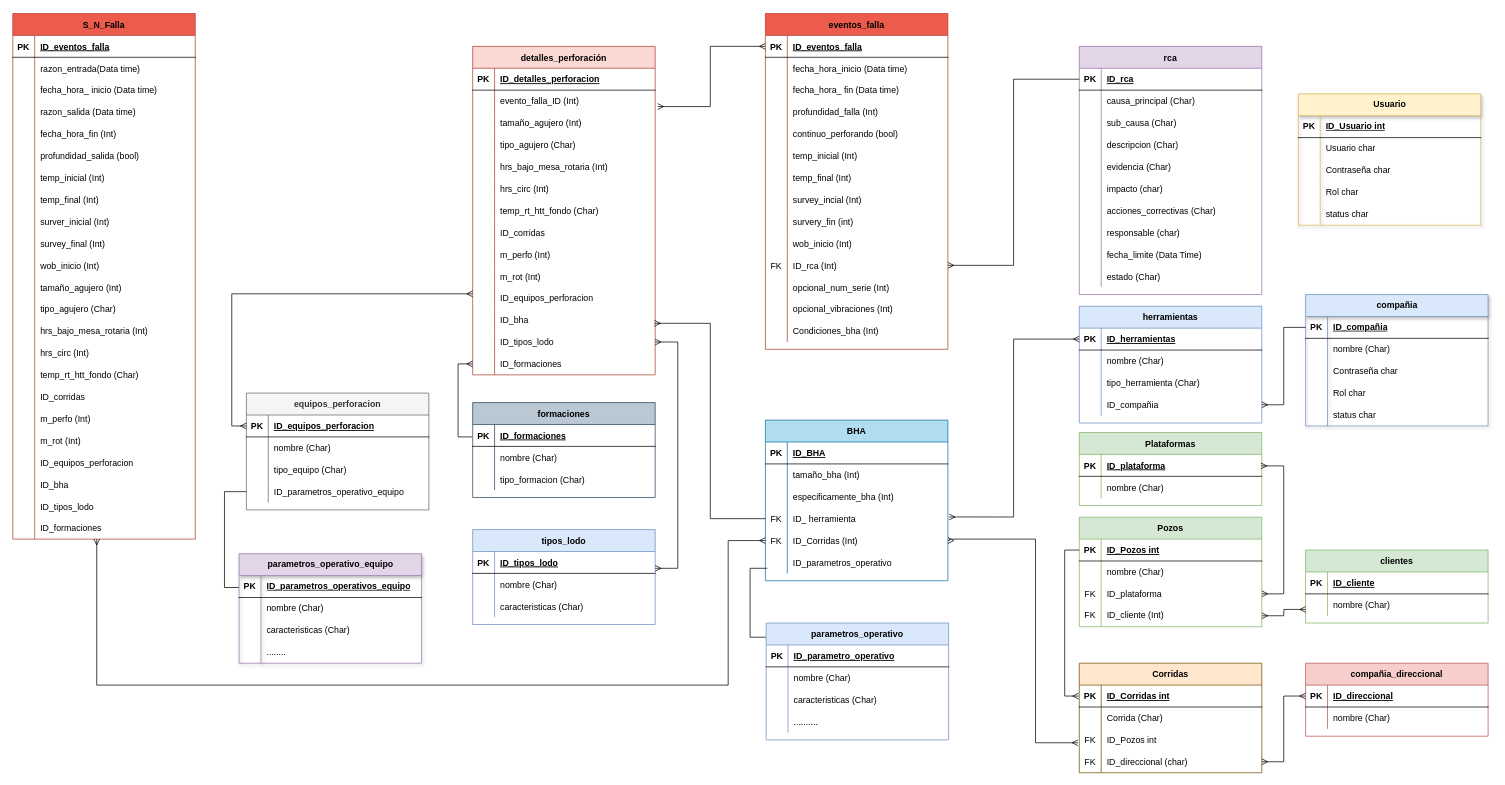
The draw.io diagram CofHerramientas.drawio in h8050/HP, before the edit. Source tidied: cells renumbered, new cells numbered last; positions are measured from the earlier drawing's top-left corner, leaving out a move shared by most shapes. Both pictures are drawn from the tidied source at 73%, with x=0, y=0 at pixel (12, 13).
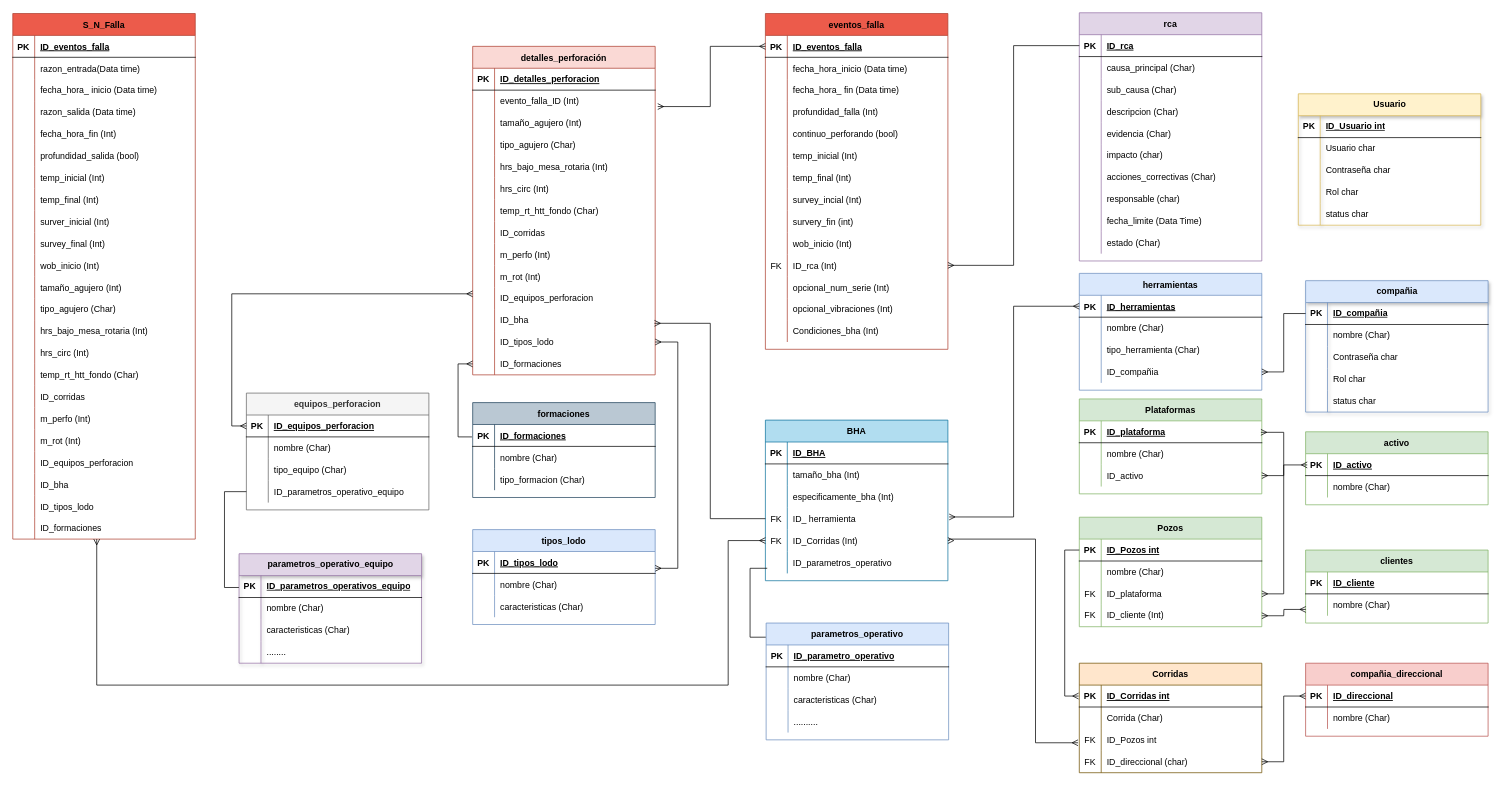
After the change.

The edit, as a diff of the source:
```diff
@@
     <mxCell id="121" value="rca" style="shape=table;startSize=30;childLayout=tableLayout;rowLines=0;fontStyle=1;align=center;fillColor=#e1d5e7;strokeColor=#9673a6;" parent="1" vertex="1">
-      <mxGeometry x="1461" y="45" width="250" height="340" as="geometry" />
+      <mxGeometry x="1461" y="-1" width="250" height="340" as="geometry" />
     </mxCell>
@@
     <mxCell id="152" value="herramientas" style="shape=table;startSize=30;childLayout=tableLayout;rowLines=0;fontStyle=1;align=center;fillColor=#dae8fc;strokeColor=#6c8ebf;" parent="1" vertex="1">
-      <mxGeometry x="1461" y="401" width="250" height="160" as="geometry" />
+      <mxGeometry x="1461" y="356" width="250" height="160" as="geometry" />
     </mxCell>
@@
     <mxCell id="172" value="Plataformas" style="shape=table;startSize=30;childLayout=tableLayout;rowLines=0;fontStyle=1;align=center;fillColor=#d5e8d4;strokeColor=#82b366;" parent="1" vertex="1">
-      <mxGeometry x="1461" y="574" width="250" height="100" as="geometry" />
+      <mxGeometry x="1461" y="528" width="250" height="130" as="geometry" />
     </mxCell>
@@
+    <mxCell id="375" style="shape=partialRectangle;fillColor=none;points=[[0,0.5],[1,0.5]];portConstraint=eastwest;top=0;left=0;right=0;bottom=0;" parent="172" vertex="1">
+      <mxGeometry y="90" width="250" height="30" as="geometry" />
+    </mxCell>
+    <mxCell id="376" style="shape=partialRectangle;overflow=hidden;fillColor=none;top=0;left=0;bottom=0;right=0;" parent="375" vertex="1">
+      <mxGeometry width="30" height="30" as="geometry" />
+    </mxCell>
+    <mxCell id="377" value="ID_activo" style="shape=partialRectangle;overflow=hidden;fillColor=none;top=0;left=0;bottom=0;right=0;align=left;spacingLeft=6;" parent="375" vertex="1">
+      <mxGeometry x="30" width="220" height="30" as="geometry" />
+    </mxCell>
@@
     <mxCell id="250" value="compañia" style="shape=table;startSize=30;childLayout=tableLayout;rowLines=0;fontStyle=1;align=center;html=1;shadow=1;fillColor=#dae8fc;strokeColor=#6c8ebf;" parent="1" vertex="1">
-      <mxGeometry x="1771" y="385" width="250" height="180" as="geometry" />
+      <mxGeometry x="1771" y="366" width="250" height="180" as="geometry" />
     </mxCell>
@@
+    <mxCell id="378" value="activo" style="shape=table;startSize=30;childLayout=tableLayout;rowLines=0;fontStyle=1;align=center;fillColor=#d5e8d4;strokeColor=#82b366;" parent="1" vertex="1">
+      <mxGeometry x="1771" y="573" width="250" height="100" as="geometry" />
+    </mxCell>
+    <mxCell id="379" style="shape=partialRectangle;fillColor=none;points=[[0,0.5],[1,0.5]];portConstraint=eastwest;top=0;left=0;right=0;bottom=1;" parent="378" vertex="1">
+      <mxGeometry y="30" width="250" height="30" as="geometry" />
+    </mxCell>
+    <mxCell id="380" value="PK" style="shape=partialRectangle;overflow=hidden;fillColor=none;top=0;left=0;bottom=0;right=0;fontStyle=1;" parent="379" vertex="1">
+      <mxGeometry width="30" height="30" as="geometry" />
+    </mxCell>
+    <mxCell id="381" value="ID_activo" style="shape=partialRectangle;overflow=hidden;fillColor=none;top=0;left=0;bottom=0;right=0;align=left;spacingLeft=6;fontStyle=5;" parent="379" vertex="1">
+      <mxGeometry x="30" width="220" height="30" as="geometry" />
+    </mxCell>
+    <mxCell id="382" style="shape=partialRectangle;fillColor=none;top=0;left=0;right=0;bottom=0;" parent="378" vertex="1">
+      <mxGeometry y="60" width="250" height="30" as="geometry" />
+    </mxCell>
+    <mxCell id="383" style="shape=partialRectangle;overflow=hidden;fillColor=none;top=0;left=0;bottom=0;right=0;" parent="382" vertex="1">
+      <mxGeometry width="30" height="30" as="geometry" />
+    </mxCell>
+    <mxCell id="384" value="nombre (Char)" style="shape=partialRectangle;overflow=hidden;fillColor=none;top=0;left=0;bottom=0;right=0;align=left;spacingLeft=6;" parent="382" vertex="1">
+      <mxGeometry x="30" width="220" height="30" as="geometry" />
+    </mxCell>
+    <mxCell id="385" style="edgeStyle=orthogonalEdgeStyle;rounded=0;jettySize=auto;html=1;entryX=0.009;entryY=0.513;entryDx=0;entryDy=0;entryPerimeter=0;startArrow=ERmany;startFill=0;endArrow=ERmany;endFill=0;" parent="1" edge="1" source="375" target="379">
+      <mxGeometry relative="1" as="geometry" />
+    </mxCell>
```
